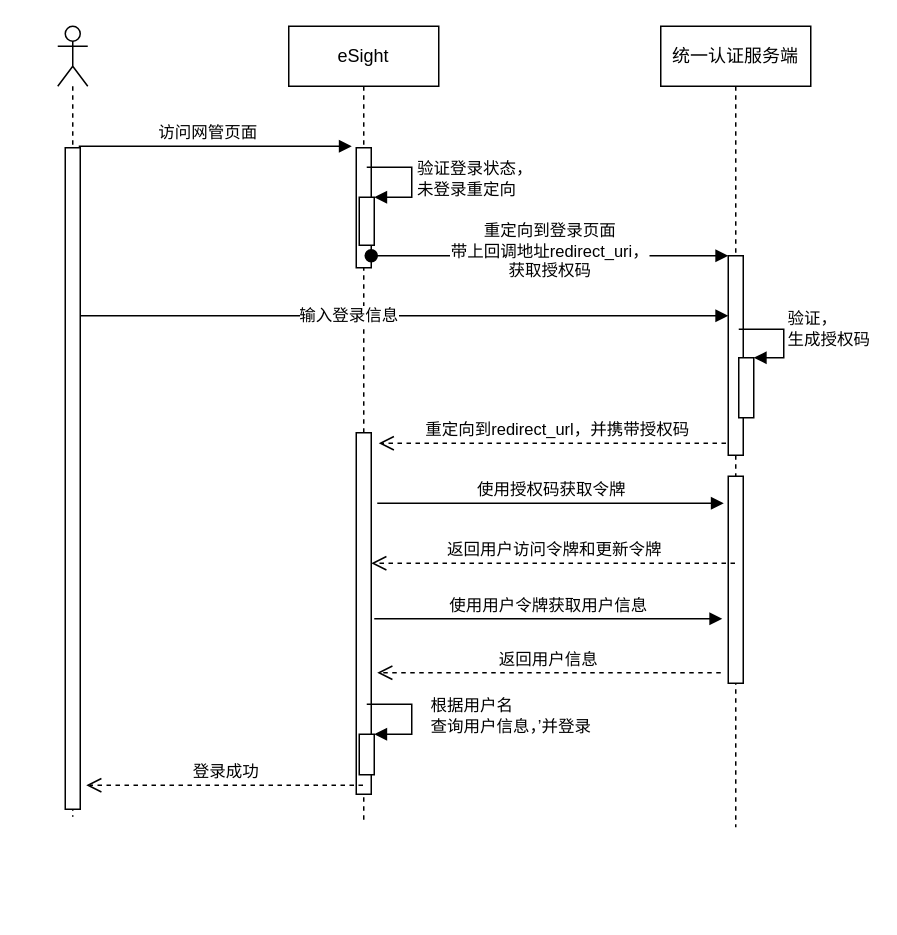
This is tmp.drawio from 2226171237/CPESimulator, a draw.io file, before an edit. Source tidied: cells renumbered, new cells numbered last; positions are measured from the earlier drawing's top-left corner, leaving out a move shared by most shapes. Both pictures are drawn from the tidied source at 150%, with x=0, y=0 at pixel (57, 26).
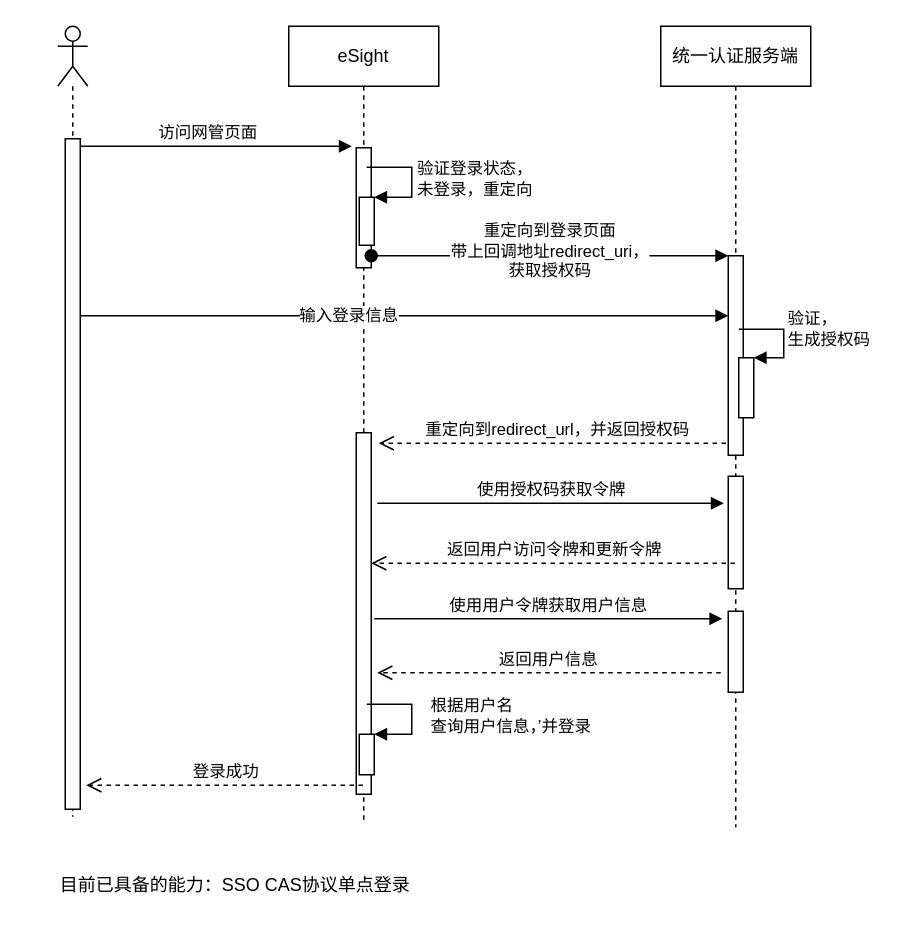
After the change.

Commit message:
增加ACS主动连接事件处理

Unchanged cells that the change refers to:
```xml
<mxCell id="2" style="shape=umlLifeline;participant=umlActor;perimeter=lifelinePerimeter;whiteSpace=wrap;html=1;verticalAlign=top;spacingTop=36;" parent="1" vertex="1">
  <mxGeometry width="20" height="527" as="geometry" />
</mxCell>
<mxCell id="5" value="&lt;span&gt;eSight&lt;/span&gt;" style="shape=umlLifeline;perimeter=lifelinePerimeter;whiteSpace=wrap;html=1;outlineConnect=0;" parent="1" vertex="1">
  <mxGeometry x="154" width="100" height="530" as="geometry" />
</mxCell>
<mxCell id="7" style="html=1;points=[];perimeter=orthogonalPerimeter;" parent="5" vertex="1">
  <mxGeometry x="47" y="114" width="10" height="32" as="geometry" />
</mxCell>
<mxCell id="15" value="&lt;span&gt;统一认证服务端&lt;/span&gt;" style="shape=umlLifeline;perimeter=lifelinePerimeter;whiteSpace=wrap;html=1;outlineConnect=0;" parent="1" vertex="1">
  <mxGeometry x="402" width="100" height="534" as="geometry" />
</mxCell>
```

Change to the diagram source:
```diff
@@
     <mxCell id="4" style="html=1;perimeter=orthogonalPerimeter;" parent="2" vertex="1">
-      <mxGeometry x="5" y="81" width="10" height="441" as="geometry" />
+      <mxGeometry x="5" y="75" width="10" height="447" as="geometry" />
     </mxCell>
@@
-    <mxCell id="8" value="验证登录状态，&lt;br&gt;未登录重定向" style="edgeStyle=orthogonalEdgeStyle;html=1;align=left;spacingLeft=2;endArrow=block;rounded=0;entryX=1;entryY=0;" parent="5" edge="1" target="7">
+    <mxCell id="8" value="验证登录状态，&lt;br&gt;未登录，重定向" style="edgeStyle=orthogonalEdgeStyle;html=1;align=left;spacingLeft=2;endArrow=block;rounded=0;entryX=1;entryY=0;" parent="5" edge="1" target="7">
       <mxGeometry relative="1" as="geometry">
         <mxPoint x="52" y="94" as="sourcePoint" />
         <Array as="points">
           <mxPoint x="82" y="94" />
         </Array>
       </mxGeometry>
     </mxCell>
@@
-    <mxCell id="10" value="重定向到redirect_url，并携带授权码" style="html=1;verticalAlign=bottom;endArrow=open;dashed=1;endSize=8;rounded=0;" parent="5" edge="1" source="15">
+    <mxCell id="10" value="重定向到redirect_url，并返回授权码" style="html=1;verticalAlign=bottom;endArrow=open;dashed=1;endSize=8;rounded=0;" parent="5" edge="1" source="15">
       <mxGeometry relative="1" as="geometry">
         <mxPoint x="60" y="278" as="targetPoint" />
       </mxGeometry>
     </mxCell>
@@
     <mxCell id="19" style="html=1;perimeter=orthogonalPerimeter;" parent="15" vertex="1">
-      <mxGeometry x="45" y="300" width="10" height="138" as="geometry" />
+      <mxGeometry x="45" y="300" width="10" height="75" as="geometry" />
     </mxCell>
+    <mxCell id="25" style="html=1;perimeter=orthogonalPerimeter;" parent="15" vertex="1">
+      <mxGeometry x="45" y="390" width="10" height="54" as="geometry" />
+    </mxCell>
@@
+    <mxCell id="26" value="目前已具备的能力：SSO CAS协议单点登录" style="text;html=1;strokeColor=none;fillColor=none;align=center;verticalAlign=middle;whiteSpace=wrap;rounded=0;" parent="1" vertex="1">
+      <mxGeometry x="-21" y="558" width="279" height="30" as="geometry" />
+    </mxCell>
```
